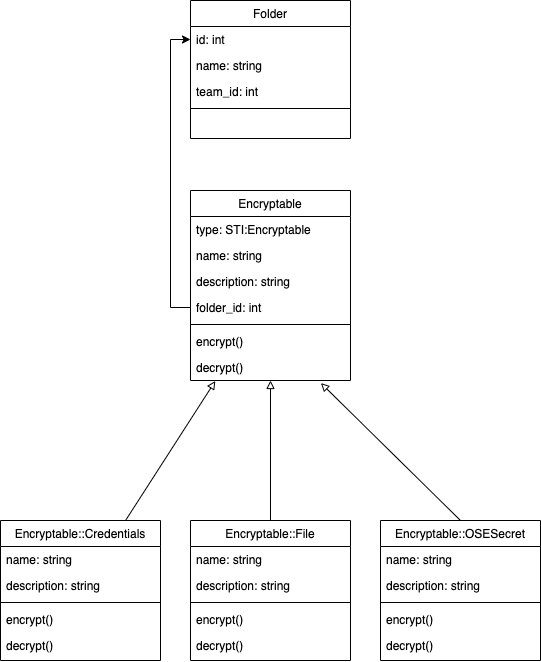
Before: 1_konzeption/_diagrams/encryptables.png, a diagram exported from draw.io (puzzle-bbt/kon-cryptopus-encryptables). Source tidied: cells renumbered, new cells last; positions are measured from the earlier drawing's top-left corner, leaving out a move shared by most shapes.
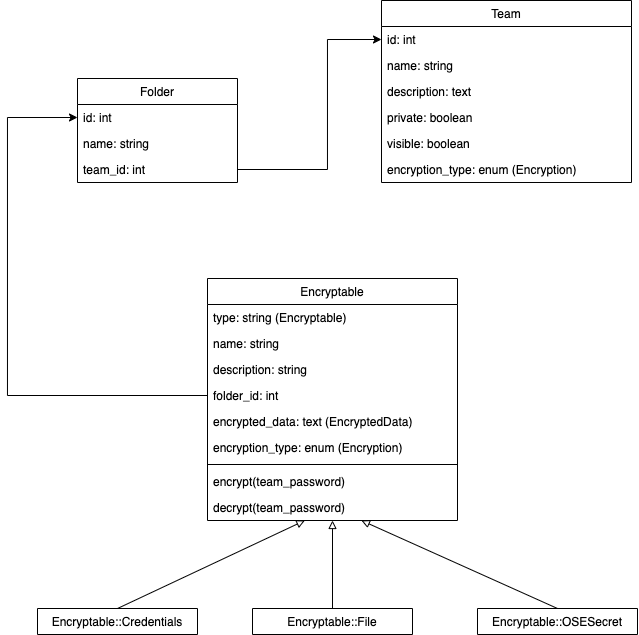
Later version of the same file.

Commit message:
Konzept aktualisiert

Change to the diagram source:
```diff
@@ -2,45 +2,47 @@
   <root>
     <mxCell id="0" />
     <mxCell id="1" parent="0" />
-    <mxCell id="2" style="rounded=0;jettySize=auto;html=1;startArrow=block;startFill=0;endArrow=none;endFill=0;exitX=0.155;exitY=1.02;exitDx=0;exitDy=0;exitPerimeter=0;" parent="1" edge="1" target="19">
-      <mxGeometry relative="1" as="geometry">
-        <mxPoint x="214.8" y="380.5" as="sourcePoint" />
-      </mxGeometry>
+    <mxCell id="2" style="rounded=0;jettySize=auto;html=1;startArrow=block;startFill=0;endArrow=none;endFill=0;entryX=0.5;entryY=0;entryDx=0;entryDy=0;" parent="1" edge="1" source="12" target="19">
+      <mxGeometry relative="1" as="geometry" />
     </mxCell>
     <mxCell id="3" style="edgeStyle=orthogonalEdgeStyle;rounded=0;jettySize=auto;html=1;startArrow=block;startFill=0;endArrow=none;endFill=0;" parent="1" edge="1" source="5" target="25">
       <mxGeometry relative="1" as="geometry" />
     </mxCell>
-    <mxCell id="4" style="rounded=0;jettySize=auto;html=1;entryX=0.5;entryY=0;entryDx=0;entryDy=0;startArrow=block;startFill=0;endArrow=none;endFill=0;exitX=0.815;exitY=1.099;exitDx=0;exitDy=0;exitPerimeter=0;" parent="1" edge="1" target="31">
-      <mxGeometry relative="1" as="geometry">
-        <mxPoint x="320.4" y="382.6" as="sourcePoint" />
-      </mxGeometry>
+    <mxCell id="4" style="rounded=0;jettySize=auto;html=1;entryX=0.5;entryY=0;entryDx=0;entryDy=0;startArrow=block;startFill=0;endArrow=none;endFill=0;" parent="1" edge="1" source="12" target="31">
+      <mxGeometry relative="1" as="geometry" />
     </mxCell>
     <mxCell id="5" value="Encryptable" style="swimlane;fontStyle=0;align=center;verticalAlign=top;horizontal=1;startSize=26;rounded=0;shadow=0;strokeWidth=1;" parent="1" vertex="1">
-      <mxGeometry x="190" y="190" width="160" height="190" as="geometry" />
+      <mxGeometry x="160" y="460" width="250" height="242" as="geometry" />
     </mxCell>
-    <mxCell id="6" value="type: STI:Encryptable" style="text;align=left;verticalAlign=top;spacingLeft=4;spacingRight=4;overflow=hidden;" parent="5" vertex="1">
-      <mxGeometry y="26" width="160" height="26" as="geometry" />
+    <mxCell id="6" value="type: string (Encryptable)" style="text;align=left;verticalAlign=top;spacingLeft=4;spacingRight=4;overflow=hidden;" parent="5" vertex="1">
+      <mxGeometry y="26" width="250" height="26" as="geometry" />
     </mxCell>
     <mxCell id="7" value="name: string" style="text;align=left;verticalAlign=top;spacingLeft=4;spacingRight=4;overflow=hidden;rounded=0;shadow=0;html=0;" parent="5" vertex="1">
-      <mxGeometry y="52" width="160" height="26" as="geometry" />
+      <mxGeometry y="52" width="250" height="26" as="geometry" />
     </mxCell>
     <mxCell id="8" value="description: string" style="text;align=left;verticalAlign=top;spacingLeft=4;spacingRight=4;overflow=hidden;rounded=0;shadow=0;html=0;" parent="5" vertex="1">
-      <mxGeometry y="78" width="160" height="26" as="geometry" />
+      <mxGeometry y="78" width="250" height="26" as="geometry" />
     </mxCell>
     <mxCell id="9" value="folder_id: int" style="text;align=left;verticalAlign=top;spacingLeft=4;spacingRight=4;overflow=hidden;points=[[0,0.5],[1,0.5]];portConstraint=eastwest;rounded=0;shadow=0;html=0;" parent="5" vertex="1">
-      <mxGeometry y="104" width="160" height="26" as="geometry" />
+      <mxGeometry y="104" width="250" height="26" as="geometry" />
     </mxCell>
+    <mxCell id="37" value="encrypted_data: text (EncryptedData)" style="text;align=left;verticalAlign=top;spacingLeft=4;spacingRight=4;overflow=hidden;rounded=0;shadow=0;html=0;" parent="5" vertex="1">
+      <mxGeometry y="130" width="250" height="26" as="geometry" />
+    </mxCell>
+    <mxCell id="38" value="encryption_type: enum (Encryption)" style="text;align=left;verticalAlign=top;spacingLeft=4;spacingRight=4;overflow=hidden;rounded=0;shadow=0;html=0;" parent="5" vertex="1">
+      <mxGeometry y="156" width="250" height="26" as="geometry" />
+    </mxCell>
     <mxCell id="10" style="line;html=1;strokeWidth=1;align=left;verticalAlign=middle;spacingTop=-1;spacingLeft=3;spacingRight=3;labelPosition=right;" parent="5" vertex="1">
-      <mxGeometry y="130" width="160" height="8" as="geometry" />
+      <mxGeometry y="182" width="250" height="8" as="geometry" />
     </mxCell>
-    <mxCell id="11" value="encrypt()" style="text;align=left;verticalAlign=top;spacingLeft=4;spacingRight=4;overflow=hidden;" parent="5" vertex="1">
-      <mxGeometry y="138" width="160" height="26" as="geometry" />
+    <mxCell id="11" value="encrypt(team_password)" style="text;align=left;verticalAlign=top;spacingLeft=4;spacingRight=4;overflow=hidden;" parent="5" vertex="1">
+      <mxGeometry y="190" width="250" height="26" as="geometry" />
     </mxCell>
-    <mxCell id="12" value="decrypt()" style="text;align=left;verticalAlign=top;spacingLeft=4;spacingRight=4;overflow=hidden;points=[[0,0.5],[1,0.5]];portConstraint=eastwest;" parent="5" vertex="1">
-      <mxGeometry y="164" width="160" height="26" as="geometry" />
+    <mxCell id="12" value="decrypt(team_password)" style="text;align=left;verticalAlign=top;spacingLeft=4;spacingRight=4;overflow=hidden;points=[[0,0.5],[1,0.5]];portConstraint=eastwest;" parent="5" vertex="1">
+      <mxGeometry y="216" width="250" height="26" as="geometry" />
     </mxCell>
     <mxCell id="13" value="Folder" style="swimlane;fontStyle=0;align=center;verticalAlign=top;horizontal=1;startSize=26;rounded=0;shadow=0;strokeWidth=1;" parent="1" vertex="1">
-      <mxGeometry x="190" width="160" height="138" as="geometry" />
+      <mxGeometry x="30" y="260" width="160" height="104" as="geometry" />
     </mxCell>
     <mxCell id="14" value="id: int" style="text;align=left;verticalAlign=top;spacingLeft=4;spacingRight=4;overflow=hidden;points=[[0,0.5],[1,0.5]];portConstraint=eastwest;rounded=0;shadow=0;html=0;" parent="13" vertex="1">
       <mxGeometry y="26" width="160" height="26" as="geometry" />
@@ -51,65 +53,51 @@
     <mxCell id="16" value="team_id: int" style="text;align=left;verticalAlign=top;spacingLeft=4;spacingRight=4;overflow=hidden;points=[[0,0.5],[1,0.5]];portConstraint=eastwest;rounded=0;shadow=0;html=0;" parent="13" vertex="1">
       <mxGeometry y="78" width="160" height="26" as="geometry" />
     </mxCell>
-    <mxCell id="17" style="line;html=1;strokeWidth=1;align=left;verticalAlign=middle;spacingTop=-1;spacingLeft=3;spacingRight=3;labelPosition=right;" parent="13" vertex="1">
-      <mxGeometry y="104" width="160" height="8" as="geometry" />
-    </mxCell>
-    <mxCell id="18" style="edgeStyle=orthogonalEdgeStyle;rounded=0;jettySize=auto;html=1;entryX=0;entryY=0.5;entryDx=0;entryDy=0;startArrow=classic;startFill=1;endArrow=none;endFill=0;" parent="1" edge="1" source="14" target="9">
-      <mxGeometry relative="1" as="geometry" />
+    <mxCell id="18" style="edgeStyle=orthogonalEdgeStyle;rounded=0;jettySize=auto;html=1;entryX=0;entryY=0.5;entryDx=0;entryDy=0;startArrow=classic;startFill=1;endArrow=none;endFill=0;exitX=0;exitY=0.5;exitDx=0;exitDy=0;" parent="1" edge="1" source="14" target="9">
+      <mxGeometry relative="1" as="geometry">
+        <Array as="points">
+          <mxPoint x="-40" y="299" />
+          <mxPoint x="-40" y="577" />
+        </Array>
+      </mxGeometry>
     </mxCell>
-    <mxCell id="19" value="Encryptable::Credentials" style="swimlane;fontStyle=0;align=center;verticalAlign=top;horizontal=1;startSize=26;rounded=0;shadow=0;strokeWidth=1;" parent="1" vertex="1">
-      <mxGeometry y="520" width="160" height="140" as="geometry" />
+    <mxCell id="19" value="Encryptable::Credentials" style="swimlane;fontStyle=0;align=center;verticalAlign=top;horizontal=1;startSize=26;rounded=0;shadow=0;strokeWidth=1;" parent="1" vertex="1" collapsed="1">
+      <mxGeometry x="-10" y="790" width="160" height="26" as="geometry" />
     </mxCell>
-    <mxCell id="20" value="name: string" style="text;align=left;verticalAlign=top;spacingLeft=4;spacingRight=4;overflow=hidden;rounded=0;shadow=0;html=0;" parent="19" vertex="1">
-      <mxGeometry y="26" width="160" height="26" as="geometry" />
-    </mxCell>
-    <mxCell id="21" value="description: string" style="text;align=left;verticalAlign=top;spacingLeft=4;spacingRight=4;overflow=hidden;rounded=0;shadow=0;html=0;" parent="19" vertex="1">
-      <mxGeometry y="52" width="160" height="26" as="geometry" />
-    </mxCell>
-    <mxCell id="22" style="line;html=1;strokeWidth=1;align=left;verticalAlign=middle;spacingTop=-1;spacingLeft=3;spacingRight=3;labelPosition=right;" parent="19" vertex="1">
-      <mxGeometry y="78" width="160" height="8" as="geometry" />
-    </mxCell>
-    <mxCell id="23" value="encrypt()" style="text;align=left;verticalAlign=top;spacingLeft=4;spacingRight=4;overflow=hidden;" parent="19" vertex="1">
-      <mxGeometry y="86" width="160" height="26" as="geometry" />
-    </mxCell>
-    <mxCell id="24" value="decrypt()" style="text;align=left;verticalAlign=top;spacingLeft=4;spacingRight=4;overflow=hidden;" parent="19" vertex="1">
-      <mxGeometry y="112" width="160" height="26" as="geometry" />
-    </mxCell>
-    <mxCell id="25" value="Encryptable::File" style="swimlane;fontStyle=0;align=center;verticalAlign=top;horizontal=1;startSize=26;rounded=0;shadow=0;strokeWidth=1;" parent="1" vertex="1">
-      <mxGeometry x="190" y="520" width="160" height="140" as="geometry" />
+    <mxCell id="25" value="Encryptable::File" style="swimlane;fontStyle=0;align=center;verticalAlign=top;horizontal=1;startSize=26;rounded=0;shadow=0;strokeWidth=1;" parent="1" vertex="1" collapsed="1">
+      <mxGeometry x="205" y="790" width="160" height="26" as="geometry" />
     </mxCell>
-    <mxCell id="26" value="name: string" style="text;align=left;verticalAlign=top;spacingLeft=4;spacingRight=4;overflow=hidden;rounded=0;shadow=0;html=0;" parent="25" vertex="1">
-      <mxGeometry y="26" width="160" height="26" as="geometry" />
-    </mxCell>
-    <mxCell id="27" value="description: string" style="text;align=left;verticalAlign=top;spacingLeft=4;spacingRight=4;overflow=hidden;rounded=0;shadow=0;html=0;" parent="25" vertex="1">
-      <mxGeometry y="52" width="160" height="26" as="geometry" />
-    </mxCell>
-    <mxCell id="28" style="line;html=1;strokeWidth=1;align=left;verticalAlign=middle;spacingTop=-1;spacingLeft=3;spacingRight=3;labelPosition=right;" parent="25" vertex="1">
-      <mxGeometry y="78" width="160" height="8" as="geometry" />
-    </mxCell>
-    <mxCell id="29" value="encrypt()" style="text;align=left;verticalAlign=top;spacingLeft=4;spacingRight=4;overflow=hidden;" parent="25" vertex="1">
-      <mxGeometry y="86" width="160" height="26" as="geometry" />
-    </mxCell>
-    <mxCell id="30" value="decrypt()" style="text;align=left;verticalAlign=top;spacingLeft=4;spacingRight=4;overflow=hidden;" parent="25" vertex="1">
-      <mxGeometry y="112" width="160" height="26" as="geometry" />
-    </mxCell>
-    <mxCell id="31" value="Encryptable::OSESecret" style="swimlane;fontStyle=0;align=center;verticalAlign=top;horizontal=1;startSize=26;rounded=0;shadow=0;strokeWidth=1;" parent="1" vertex="1">
-      <mxGeometry x="380" y="520" width="160" height="140" as="geometry" />
+    <mxCell id="31" value="Encryptable::OSESecret" style="swimlane;fontStyle=0;align=center;verticalAlign=top;horizontal=1;startSize=26;rounded=0;shadow=0;strokeWidth=1;" parent="1" vertex="1" collapsed="1">
+      <mxGeometry x="430" y="790" width="160" height="26" as="geometry" />
     </mxCell>
-    <mxCell id="32" value="name: string" style="text;align=left;verticalAlign=top;spacingLeft=4;spacingRight=4;overflow=hidden;rounded=0;shadow=0;html=0;" parent="31" vertex="1">
-      <mxGeometry y="26" width="160" height="26" as="geometry" />
-    </mxCell>
-    <mxCell id="33" value="description: string" style="text;align=left;verticalAlign=top;spacingLeft=4;spacingRight=4;overflow=hidden;rounded=0;shadow=0;html=0;" parent="31" vertex="1">
-      <mxGeometry y="52" width="160" height="26" as="geometry" />
-    </mxCell>
-    <mxCell id="34" style="line;html=1;strokeWidth=1;align=left;verticalAlign=middle;spacingTop=-1;spacingLeft=3;spacingRight=3;labelPosition=right;" parent="31" vertex="1">
-      <mxGeometry y="78" width="160" height="8" as="geometry" />
-    </mxCell>
-    <mxCell id="35" value="encrypt()" style="text;align=left;verticalAlign=top;spacingLeft=4;spacingRight=4;overflow=hidden;" parent="31" vertex="1">
-      <mxGeometry y="86" width="160" height="26" as="geometry" />
-    </mxCell>
-    <mxCell id="36" value="decrypt()" style="text;align=left;verticalAlign=top;spacingLeft=4;spacingRight=4;overflow=hidden;" parent="31" vertex="1">
-      <mxGeometry y="112" width="160" height="26" as="geometry" />
-    </mxCell>
+    <mxCell id="39" value="Team" style="swimlane;fontStyle=0;align=center;verticalAlign=top;horizontal=1;startSize=26;rounded=0;shadow=0;strokeWidth=1;" parent="1" vertex="1">
+      <mxGeometry x="334" y="182" width="250" height="182" as="geometry" />
+    </mxCell>
+    <mxCell id="40" value="id: int" style="text;align=left;verticalAlign=top;spacingLeft=4;spacingRight=4;overflow=hidden;points=[[0,0.5],[1,0.5]];portConstraint=eastwest;rounded=0;shadow=0;html=0;" parent="39" vertex="1">
+      <mxGeometry y="26" width="250" height="26" as="geometry" />
+    </mxCell>
+    <mxCell id="41" value="name: string" style="text;align=left;verticalAlign=top;spacingLeft=4;spacingRight=4;overflow=hidden;rounded=0;shadow=0;html=0;" parent="39" vertex="1">
+      <mxGeometry y="52" width="250" height="26" as="geometry" />
+    </mxCell>
+    <mxCell id="42" value="description: text" style="text;align=left;verticalAlign=top;spacingLeft=4;spacingRight=4;overflow=hidden;rounded=0;shadow=0;html=0;" parent="39" vertex="1">
+      <mxGeometry y="78" width="250" height="26" as="geometry" />
+    </mxCell>
+    <mxCell id="43" value="private: boolean" style="text;align=left;verticalAlign=top;spacingLeft=4;spacingRight=4;overflow=hidden;rounded=0;shadow=0;html=0;" parent="39" vertex="1">
+      <mxGeometry y="104" width="250" height="26" as="geometry" />
+    </mxCell>
+    <mxCell id="44" value="visible: boolean" style="text;align=left;verticalAlign=top;spacingLeft=4;spacingRight=4;overflow=hidden;rounded=0;shadow=0;html=0;" parent="39" vertex="1">
+      <mxGeometry y="130" width="250" height="26" as="geometry" />
+    </mxCell>
+    <mxCell id="45" value="encryption_type: enum (Encryption)" style="text;align=left;verticalAlign=top;spacingLeft=4;spacingRight=4;overflow=hidden;rounded=0;shadow=0;html=0;" parent="39" vertex="1">
+      <mxGeometry y="156" width="250" height="26" as="geometry" />
+    </mxCell>
+    <mxCell id="46" style="edgeStyle=orthogonalEdgeStyle;rounded=0;jettySize=auto;html=1;entryX=0;entryY=0.5;entryDx=0;entryDy=0;exitX=1;exitY=0.5;exitDx=0;exitDy=0;" parent="1" edge="1" source="16" target="40">
+      <mxGeometry relative="1" as="geometry">
+        <Array as="points">
+          <mxPoint x="280" y="351" />
+          <mxPoint x="280" y="221" />
+        </Array>
+      </mxGeometry>
+    </mxCell>
   </root>
 </mxGraphModel>
```
